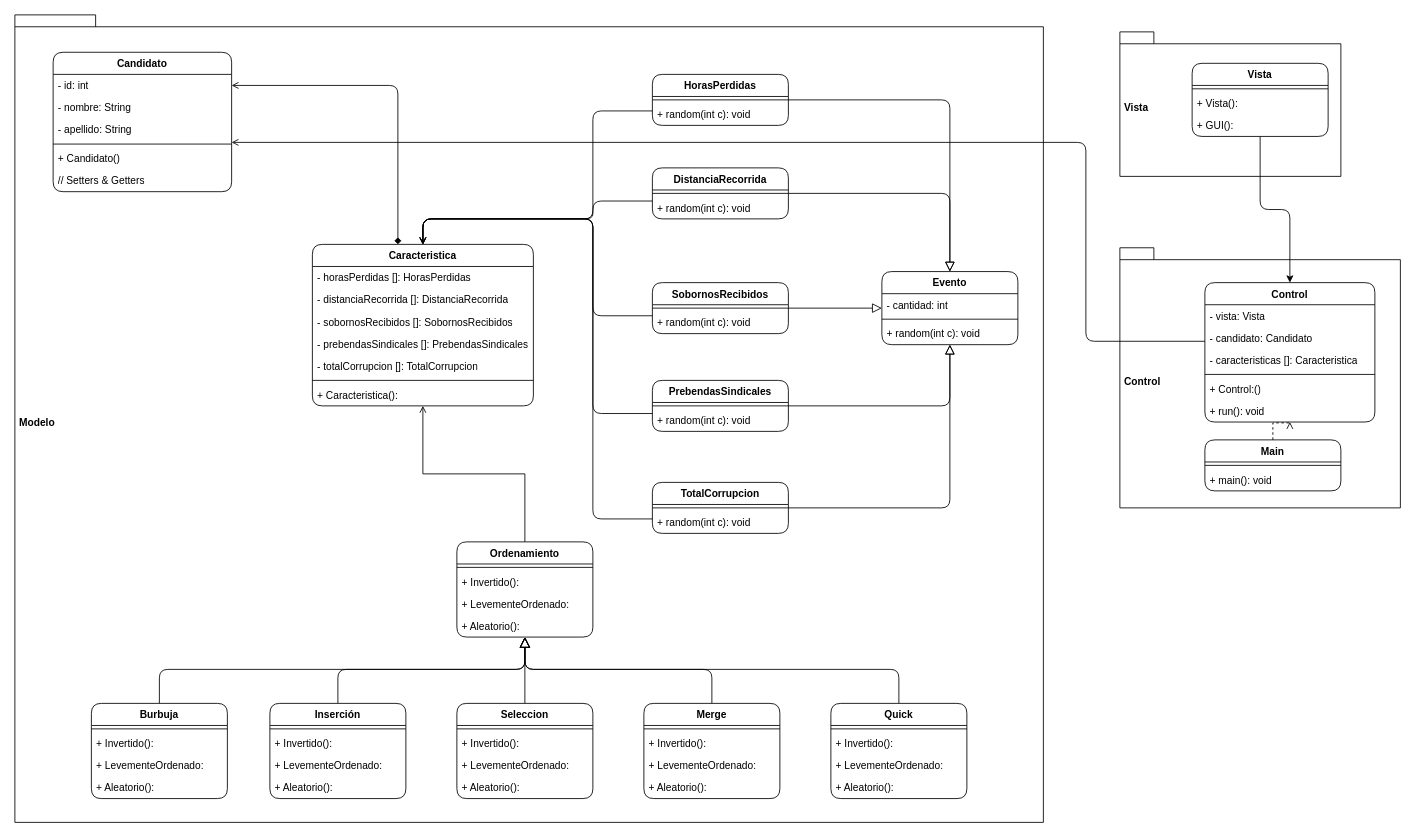
Above: Ciencias - GestionCandidatos.drawio in steven010705/GestionCandidatos (draw.io), before the change. Source tidied: cells renumbered, new cells numbered last; positions are measured from the earlier drawing's top-left corner, leaving out a move shared by most shapes. Both pictures are drawn from the tidied source at 85%, with x=0, y=0 at pixel (14, 14).
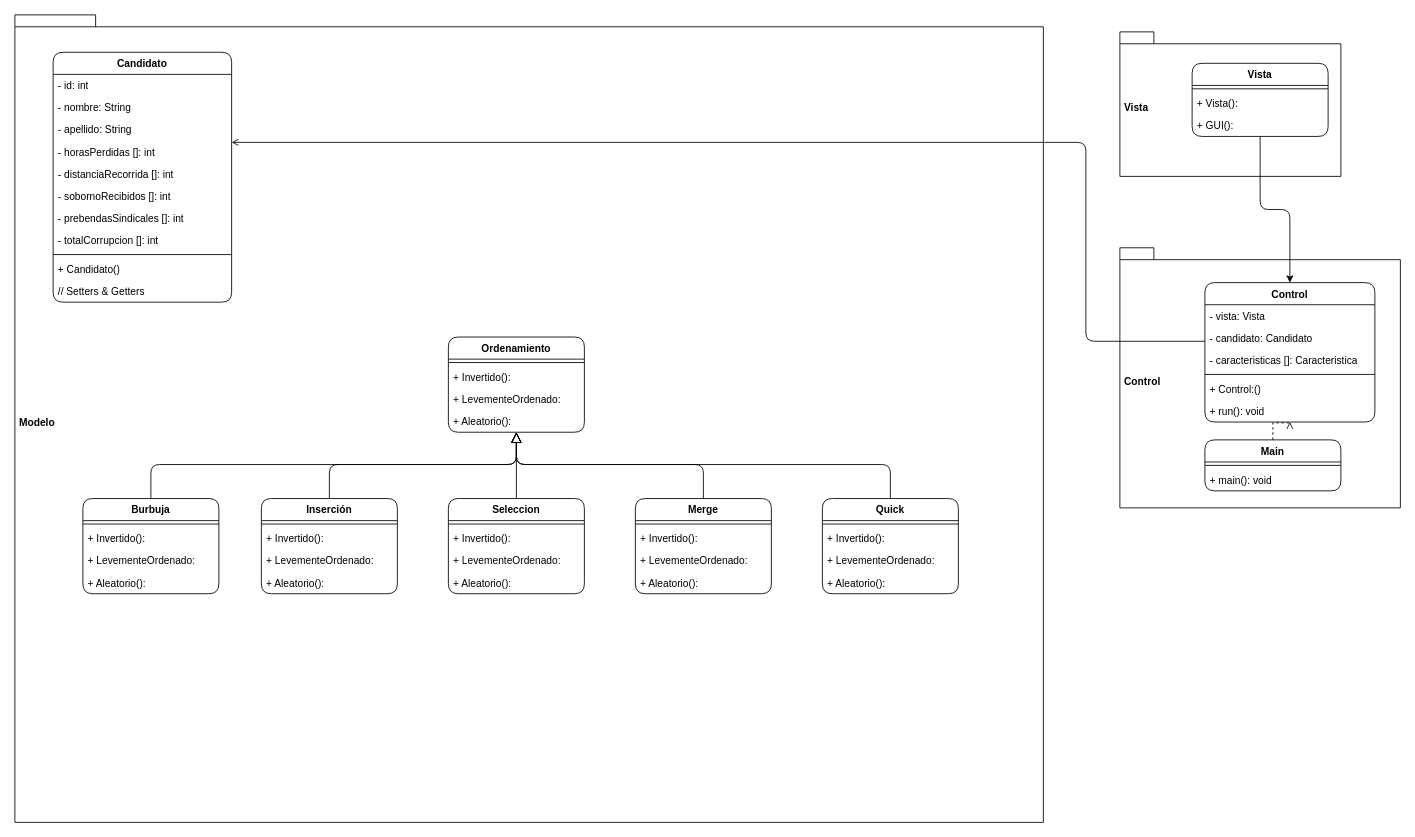
The same diagram, later.

Unchanged cells that the change refers to:
```xml
<mxCell id="6" value="- id: int" style="text;strokeColor=none;fillColor=none;align=left;verticalAlign=top;spacingLeft=4;spacingRight=4;overflow=hidden;points=[[0,0.5],[1,0.5]];portConstraint=eastwest;whiteSpace=wrap;html=1;" parent="5" vertex="1">
  <mxGeometry y="26" width="210" height="26" as="geometry" />
</mxCell>
```

The edit, as a diff of the source:
```diff
@@
     <mxCell id="5" value="Candidato" style="swimlane;fontStyle=1;align=center;verticalAlign=top;horizontal=1;startSize=26;whiteSpace=wrap;html=1;rounded=1;" parent="1" vertex="1">
-      <mxGeometry x="45" y="44" width="210" height="164" as="geometry" />
+      <mxGeometry x="45" y="44" width="210" height="294" as="geometry" />
     </mxCell>
@@
+    <mxCell id="103" value="- horasPerdidas []: int&amp;nbsp;" style="text;strokeColor=none;fillColor=none;align=left;verticalAlign=top;spacingLeft=4;spacingRight=4;overflow=hidden;whiteSpace=wrap;html=1;" parent="5" vertex="1">
+      <mxGeometry y="104" width="210" height="26" as="geometry" />
+    </mxCell>
+    <mxCell id="104" value="- distanciaRecorrida []: int" style="text;strokeColor=none;fillColor=none;align=left;verticalAlign=top;spacingLeft=4;spacingRight=4;overflow=hidden;whiteSpace=wrap;html=1;" parent="5" vertex="1">
+      <mxGeometry y="130" width="210" height="26" as="geometry" />
+    </mxCell>
+    <mxCell id="105" value="- sobornoRecibidos []: int" style="text;strokeColor=none;fillColor=none;align=left;verticalAlign=top;spacingLeft=4;spacingRight=4;overflow=hidden;whiteSpace=wrap;html=1;" parent="5" vertex="1">
+      <mxGeometry y="156" width="210" height="26" as="geometry" />
+    </mxCell>
+    <mxCell id="106" value="- prebendasSindicales []: int" style="text;strokeColor=none;fillColor=none;align=left;verticalAlign=top;spacingLeft=4;spacingRight=4;overflow=hidden;whiteSpace=wrap;html=1;" parent="5" vertex="1">
+      <mxGeometry y="182" width="210" height="26" as="geometry" />
+    </mxCell>
+    <mxCell id="107" value="- totalCorrupcion []: int" style="text;strokeColor=none;fillColor=none;align=left;verticalAlign=top;spacingLeft=4;spacingRight=4;overflow=hidden;whiteSpace=wrap;html=1;" parent="5" vertex="1">
+      <mxGeometry y="208" width="210" height="26" as="geometry" />
+    </mxCell>
     <mxCell id="9" style="line;strokeWidth=1;fillColor=none;align=left;verticalAlign=middle;spacingTop=-1;spacingLeft=3;spacingRight=3;labelPosition=right;strokeColor=inherit;" parent="5" vertex="1">
-      <mxGeometry y="104" width="210" height="8" as="geometry" />
+      <mxGeometry y="234" width="210" height="8" as="geometry" />
     </mxCell>
     <mxCell id="10" value="+ Candidato()" style="text;strokeColor=none;fillColor=none;align=left;verticalAlign=top;spacingLeft=4;spacingRight=4;overflow=hidden;whiteSpace=wrap;html=1;" parent="5" vertex="1">
-      <mxGeometry y="112" width="210" height="26" as="geometry" />
+      <mxGeometry y="242" width="210" height="26" as="geometry" />
     </mxCell>
     <mxCell id="11" value="// Setters &amp;amp; Getters" style="text;strokeColor=none;fillColor=none;align=left;verticalAlign=top;spacingLeft=4;spacingRight=4;overflow=hidden;whiteSpace=wrap;html=1;" parent="5" vertex="1">
-      <mxGeometry y="138" width="210" height="26" as="geometry" />
+      <mxGeometry y="268" width="210" height="26" as="geometry" />
     </mxCell>
-    <mxCell id="12" style="edgeStyle=orthogonalEdgeStyle;jettySize=auto;html=1;endArrow=open;endFill=0;endSize=6;" parent="1" edge="1" source="14" target="17">
-      <mxGeometry relative="1" as="geometry">
-        <Array as="points">
-          <mxPoint x="680" y="113" />
-          <mxPoint x="680" y="240" />
-          <mxPoint x="480" y="240" />
-        </Array>
-      </mxGeometry>
-    </mxCell>
-    <mxCell id="13" style="edgeStyle=orthogonalEdgeStyle;rounded=1;jettySize=auto;html=1;entryX=0.5;entryY=0;entryDx=0;entryDy=0;endArrow=block;endFill=0;endSize=9;curved=0;" parent="1" edge="1" source="14" target="62">
-      <mxGeometry relative="1" as="geometry" />
-    </mxCell>
-    <mxCell id="14" value="HorasPerdidas" style="swimlane;fontStyle=1;align=center;verticalAlign=top;horizontal=1;startSize=26;whiteSpace=wrap;html=1;rounded=1;" parent="1" vertex="1">
-      <mxGeometry x="750" y="70" width="160" height="60" as="geometry" />
-    </mxCell>
-    <mxCell id="15" style="line;strokeWidth=1;fillColor=none;align=left;verticalAlign=middle;spacingTop=-1;spacingLeft=3;spacingRight=3;labelPosition=right;strokeColor=inherit;" parent="14" vertex="1">
-      <mxGeometry y="26" width="160" height="8" as="geometry" />
-    </mxCell>
-    <mxCell id="16" value="+ random(int c): void" style="text;strokeColor=none;fillColor=none;align=left;verticalAlign=top;spacingLeft=4;spacingRight=4;overflow=hidden;whiteSpace=wrap;html=1;" parent="14" vertex="1">
-      <mxGeometry y="34" width="160" height="26" as="geometry" />
-    </mxCell>
-    <mxCell id="17" value="Caracteristica" style="swimlane;fontStyle=1;align=center;verticalAlign=top;horizontal=1;startSize=26;whiteSpace=wrap;html=1;rounded=1;" parent="1" vertex="1">
-      <mxGeometry x="350" y="270" width="260" height="190" as="geometry" />
-    </mxCell>
-    <mxCell id="18" value="- horasPerdidas []: HorasPerdidas" style="text;strokeColor=none;fillColor=none;align=left;verticalAlign=top;spacingLeft=4;spacingRight=4;overflow=hidden;whiteSpace=wrap;html=1;" parent="17" vertex="1">
-      <mxGeometry y="26" width="260" height="26" as="geometry" />
-    </mxCell>
-    <mxCell id="19" value="- distanciaRecorrida []: DistanciaRecorrida" style="text;strokeColor=none;fillColor=none;align=left;verticalAlign=top;spacingLeft=4;spacingRight=4;overflow=hidden;whiteSpace=wrap;html=1;" parent="17" vertex="1">
-      <mxGeometry y="52" width="260" height="26" as="geometry" />
-    </mxCell>
-    <mxCell id="20" value="- sobornosRecibidos []: SobornosRecibidos" style="text;strokeColor=none;fillColor=none;align=left;verticalAlign=top;spacingLeft=4;spacingRight=4;overflow=hidden;whiteSpace=wrap;html=1;" parent="17" vertex="1">
-      <mxGeometry y="78" width="260" height="26" as="geometry" />
-    </mxCell>
-    <mxCell id="21" value="- prebendasSindicales []: PrebendasSindicales" style="text;strokeColor=none;fillColor=none;align=left;verticalAlign=top;spacingLeft=4;spacingRight=4;overflow=hidden;whiteSpace=wrap;html=1;" parent="17" vertex="1">
-      <mxGeometry y="104" width="260" height="26" as="geometry" />
-    </mxCell>
-    <mxCell id="22" value="- totalCorrupcion []: TotalCorrupcion" style="text;strokeColor=none;fillColor=none;align=left;verticalAlign=top;spacingLeft=4;spacingRight=4;overflow=hidden;whiteSpace=wrap;html=1;" parent="17" vertex="1">
-      <mxGeometry y="130" width="260" height="26" as="geometry" />
-    </mxCell>
-    <mxCell id="23" style="line;strokeWidth=1;fillColor=none;align=left;verticalAlign=middle;spacingTop=-1;spacingLeft=3;spacingRight=3;labelPosition=right;strokeColor=inherit;" parent="17" vertex="1">
-      <mxGeometry y="156" width="260" height="8" as="geometry" />
-    </mxCell>
-    <mxCell id="24" value="+ Caracteristica():" style="text;strokeColor=none;fillColor=none;align=left;verticalAlign=top;spacingLeft=4;spacingRight=4;overflow=hidden;whiteSpace=wrap;html=1;" parent="17" vertex="1">
-      <mxGeometry y="164" width="260" height="26" as="geometry" />
-    </mxCell>
-    <mxCell id="25" style="edgeStyle=orthogonalEdgeStyle;rounded=1;jettySize=auto;html=1;endArrow=block;endFill=0;endSize=9;curved=0;entryX=0.5;entryY=0;entryDx=0;entryDy=0;" parent="1" edge="1" source="26" target="62">
-      <mxGeometry relative="1" as="geometry" />
-    </mxCell>
-    <mxCell id="26" value="DistanciaRecorrida" style="swimlane;fontStyle=1;align=center;verticalAlign=top;horizontal=1;startSize=26;whiteSpace=wrap;html=1;rounded=1;" parent="1" vertex="1">
-      <mxGeometry x="750" y="180" width="160" height="60" as="geometry" />
-    </mxCell>
-    <mxCell id="27" style="line;strokeWidth=1;fillColor=none;align=left;verticalAlign=middle;spacingTop=-1;spacingLeft=3;spacingRight=3;labelPosition=right;strokeColor=inherit;" parent="26" vertex="1">
-      <mxGeometry y="26" width="160" height="8" as="geometry" />
-    </mxCell>
-    <mxCell id="28" value="+ random(int c): void" style="text;strokeColor=none;fillColor=none;align=left;verticalAlign=top;spacingLeft=4;spacingRight=4;overflow=hidden;whiteSpace=wrap;html=1;" parent="26" vertex="1">
-      <mxGeometry y="34" width="160" height="26" as="geometry" />
-    </mxCell>
-    <mxCell id="29" style="edgeStyle=orthogonalEdgeStyle;rounded=1;jettySize=auto;html=1;endArrow=block;endFill=0;endSize=9;curved=0;" parent="1" edge="1" source="30" target="62">
-      <mxGeometry relative="1" as="geometry" />
-    </mxCell>
-    <mxCell id="30" value="SobornosRecibidos" style="swimlane;fontStyle=1;align=center;verticalAlign=top;horizontal=1;startSize=26;whiteSpace=wrap;html=1;rounded=1;" parent="1" vertex="1">
-      <mxGeometry x="750" y="315" width="160" height="60" as="geometry" />
-    </mxCell>
-    <mxCell id="31" style="line;strokeWidth=1;fillColor=none;align=left;verticalAlign=middle;spacingTop=-1;spacingLeft=3;spacingRight=3;labelPosition=right;strokeColor=inherit;" parent="30" vertex="1">
-      <mxGeometry y="26" width="160" height="8" as="geometry" />
-    </mxCell>
-    <mxCell id="32" value="+ random(int c): void" style="text;strokeColor=none;fillColor=none;align=left;verticalAlign=top;spacingLeft=4;spacingRight=4;overflow=hidden;whiteSpace=wrap;html=1;" parent="30" vertex="1">
-      <mxGeometry y="34" width="160" height="26" as="geometry" />
-    </mxCell>
-    <mxCell id="33" style="edgeStyle=orthogonalEdgeStyle;rounded=1;jettySize=auto;html=1;endArrow=block;endFill=0;endSize=9;curved=0;" parent="1" edge="1" source="34" target="62">
-      <mxGeometry relative="1" as="geometry" />
-    </mxCell>
-    <mxCell id="34" value="PrebendasSindicales" style="swimlane;fontStyle=1;align=center;verticalAlign=top;horizontal=1;startSize=26;whiteSpace=wrap;html=1;rounded=1;" parent="1" vertex="1">
-      <mxGeometry x="750" y="430" width="160" height="60" as="geometry" />
-    </mxCell>
-    <mxCell id="35" style="line;strokeWidth=1;fillColor=none;align=left;verticalAlign=middle;spacingTop=-1;spacingLeft=3;spacingRight=3;labelPosition=right;strokeColor=inherit;" parent="34" vertex="1">
-      <mxGeometry y="26" width="160" height="8" as="geometry" />
-    </mxCell>
-    <mxCell id="36" value="+ random(int c): void" style="text;strokeColor=none;fillColor=none;align=left;verticalAlign=top;spacingLeft=4;spacingRight=4;overflow=hidden;whiteSpace=wrap;html=1;" parent="34" vertex="1">
-      <mxGeometry y="34" width="160" height="26" as="geometry" />
-    </mxCell>
-    <mxCell id="37" style="edgeStyle=orthogonalEdgeStyle;jettySize=auto;html=1;endArrow=open;endFill=0;endSize=6;" parent="1" edge="1" source="39" target="17">
-      <mxGeometry relative="1" as="geometry">
-        <Array as="points">
-          <mxPoint x="680" y="593" />
-          <mxPoint x="680" y="240" />
-          <mxPoint x="480" y="240" />
-        </Array>
-      </mxGeometry>
-    </mxCell>
-    <mxCell id="38" style="edgeStyle=orthogonalEdgeStyle;rounded=1;jettySize=auto;html=1;endArrow=block;endFill=0;endSize=9;curved=0;" parent="1" edge="1" source="39" target="62">
-      <mxGeometry relative="1" as="geometry" />
-    </mxCell>
-    <mxCell id="39" value="TotalCorrupcion" style="swimlane;fontStyle=1;align=center;verticalAlign=top;horizontal=1;startSize=26;whiteSpace=wrap;html=1;rounded=1;" parent="1" vertex="1">
-      <mxGeometry x="750" y="550" width="160" height="60" as="geometry" />
-    </mxCell>
-    <mxCell id="40" style="line;strokeWidth=1;fillColor=none;align=left;verticalAlign=middle;spacingTop=-1;spacingLeft=3;spacingRight=3;labelPosition=right;strokeColor=inherit;" parent="39" vertex="1">
-      <mxGeometry y="26" width="160" height="8" as="geometry" />
-    </mxCell>
-    <mxCell id="41" value="+ random(int c): void" style="text;strokeColor=none;fillColor=none;align=left;verticalAlign=top;spacingLeft=4;spacingRight=4;overflow=hidden;whiteSpace=wrap;html=1;" parent="39" vertex="1">
-      <mxGeometry y="34" width="160" height="26" as="geometry" />
-    </mxCell>
-    <mxCell id="42" style="edgeStyle=orthogonalEdgeStyle;jettySize=auto;html=1;endArrow=open;endFill=0;endSize=6;" parent="1" edge="1" target="17">
-      <mxGeometry relative="1" as="geometry">
-        <mxPoint x="750" y="219" as="sourcePoint" />
-        <Array as="points">
-          <mxPoint x="680" y="219" />
-          <mxPoint x="680" y="240" />
-          <mxPoint x="480" y="240" />
-        </Array>
-      </mxGeometry>
-    </mxCell>
-    <mxCell id="43" style="edgeStyle=orthogonalEdgeStyle;jettySize=auto;html=1;endArrow=open;endFill=0;endSize=6;" parent="1" edge="1" target="17">
-      <mxGeometry relative="1" as="geometry">
-        <mxPoint x="750" y="354" as="sourcePoint" />
-        <Array as="points">
-          <mxPoint x="680" y="354" />
-          <mxPoint x="680" y="240" />
-          <mxPoint x="480" y="240" />
-        </Array>
-      </mxGeometry>
-    </mxCell>
-    <mxCell id="44" style="edgeStyle=orthogonalEdgeStyle;jettySize=auto;html=1;endArrow=open;endFill=0;endSize=6;" parent="1" edge="1" target="17">
-      <mxGeometry relative="1" as="geometry">
-        <mxPoint x="750" y="469" as="sourcePoint" />
-        <Array as="points">
-          <mxPoint x="680" y="469" />
-          <mxPoint x="680" y="240" />
-          <mxPoint x="480" y="240" />
-        </Array>
-      </mxGeometry>
-    </mxCell>
-    <mxCell id="45" style="edgeStyle=orthogonalEdgeStyle;jettySize=auto;html=1;entryX=0.387;entryY=0;entryDx=0;entryDy=0;endArrow=diamond;endFill=1;startArrow=open;startFill=0;entryPerimeter=0;" parent="1" edge="1" source="6" target="17">
-      <mxGeometry relative="1" as="geometry" />
-    </mxCell>
@@
-    <mxCell id="62" value="Evento" style="swimlane;fontStyle=1;align=center;verticalAlign=top;horizontal=1;startSize=26;whiteSpace=wrap;html=1;rounded=1;" parent="1" vertex="1">
-      <mxGeometry x="1020" y="302" width="160" height="86" as="geometry" />
-    </mxCell>
-    <mxCell id="63" value="- cantidad: int" style="text;strokeColor=none;fillColor=none;align=left;verticalAlign=top;spacingLeft=4;spacingRight=4;overflow=hidden;whiteSpace=wrap;html=1;" parent="62" vertex="1">
-      <mxGeometry y="26" width="160" height="26" as="geometry" />
-    </mxCell>
-    <mxCell id="64" style="line;strokeWidth=1;fillColor=none;align=left;verticalAlign=middle;spacingTop=-1;spacingLeft=3;spacingRight=3;labelPosition=right;strokeColor=inherit;" parent="62" vertex="1">
-      <mxGeometry y="52" width="160" height="8" as="geometry" />
-    </mxCell>
-    <mxCell id="65" value="+ random(int c): void" style="text;strokeColor=none;fillColor=none;align=left;verticalAlign=top;spacingLeft=4;spacingRight=4;overflow=hidden;whiteSpace=wrap;html=1;" parent="62" vertex="1">
-      <mxGeometry y="60" width="160" height="26" as="geometry" />
-    </mxCell>
-    <mxCell id="66" style="edgeStyle=orthogonalEdgeStyle;rounded=0;jettySize=auto;html=1;endArrow=open;endFill=0;" parent="1" edge="1" source="67" target="17">
-      <mxGeometry relative="1" as="geometry" />
-    </mxCell>
     <mxCell id="67" value="Ordenamiento" style="swimlane;fontStyle=1;align=center;verticalAlign=top;horizontal=1;startSize=26;whiteSpace=wrap;html=1;rounded=1;" parent="1" vertex="1">
-      <mxGeometry x="520" y="620" width="160" height="112" as="geometry" />
+      <mxGeometry x="510" y="379" width="160" height="112" as="geometry" />
     </mxCell>
@@
     <mxCell id="72" style="edgeStyle=orthogonalEdgeStyle;rounded=1;jettySize=auto;html=1;curved=0;endArrow=block;endFill=0;endSize=10;" parent="1" edge="1" source="73" target="67">
       <mxGeometry relative="1" as="geometry">
         <Array as="points">
-          <mxPoint x="170" y="770" />
-          <mxPoint x="600" y="770" />
+          <mxPoint x="160" y="529" />
+          <mxPoint x="590" y="529" />
         </Array>
       </mxGeometry>
     </mxCell>
     <mxCell id="73" value="Burbuja" style="swimlane;fontStyle=1;align=center;verticalAlign=top;horizontal=1;startSize=26;whiteSpace=wrap;html=1;rounded=1;" parent="1" vertex="1">
-      <mxGeometry x="90" y="810" width="160" height="112" as="geometry" />
+      <mxGeometry x="80" y="569" width="160" height="112" as="geometry" />
     </mxCell>
@@
     <mxCell id="78" style="edgeStyle=orthogonalEdgeStyle;rounded=1;jettySize=auto;html=1;curved=0;endArrow=block;endFill=0;endSize=10;" parent="1" edge="1" source="79" target="67">
       <mxGeometry relative="1" as="geometry">
         <Array as="points">
-          <mxPoint x="380" y="770" />
-          <mxPoint x="600" y="770" />
+          <mxPoint x="370" y="529" />
+          <mxPoint x="590" y="529" />
         </Array>
       </mxGeometry>
     </mxCell>
     <mxCell id="79" value="Inserción" style="swimlane;fontStyle=1;align=center;verticalAlign=top;horizontal=1;startSize=26;whiteSpace=wrap;html=1;rounded=1;" parent="1" vertex="1">
-      <mxGeometry x="300" y="810" width="160" height="112" as="geometry" />
+      <mxGeometry x="290" y="569" width="160" height="112" as="geometry" />
     </mxCell>
@@
     <mxCell id="84" style="edgeStyle=orthogonalEdgeStyle;rounded=1;jettySize=auto;html=1;curved=0;endArrow=block;endFill=0;endSize=10;" parent="1" edge="1" source="85" target="67">
       <mxGeometry relative="1" as="geometry">
         <Array as="points">
-          <mxPoint x="820" y="770" />
-          <mxPoint x="600" y="770" />
+          <mxPoint x="810" y="529" />
+          <mxPoint x="590" y="529" />
         </Array>
       </mxGeometry>
     </mxCell>
     <mxCell id="85" value="Merge" style="swimlane;fontStyle=1;align=center;verticalAlign=top;horizontal=1;startSize=26;whiteSpace=wrap;html=1;rounded=1;" parent="1" vertex="1">
-      <mxGeometry x="740" y="810" width="160" height="112" as="geometry" />
+      <mxGeometry x="730" y="569" width="160" height="112" as="geometry" />
     </mxCell>
@@
     <mxCell id="91" value="Seleccion" style="swimlane;fontStyle=1;align=center;verticalAlign=top;horizontal=1;startSize=26;whiteSpace=wrap;html=1;rounded=1;" parent="1" vertex="1">
-      <mxGeometry x="520" y="810" width="160" height="112" as="geometry" />
+      <mxGeometry x="510" y="569" width="160" height="112" as="geometry" />
     </mxCell>
@@
     <mxCell id="96" style="edgeStyle=orthogonalEdgeStyle;rounded=1;jettySize=auto;html=1;curved=0;endArrow=block;endFill=0;endSize=10;" parent="1" edge="1" source="97" target="67">
       <mxGeometry relative="1" as="geometry">
         <Array as="points">
-          <mxPoint x="1040" y="770" />
-          <mxPoint x="600" y="770" />
+          <mxPoint x="1030" y="529" />
+          <mxPoint x="590" y="529" />
         </Array>
       </mxGeometry>
     </mxCell>
     <mxCell id="97" value="Quick" style="swimlane;fontStyle=1;align=center;verticalAlign=top;horizontal=1;startSize=26;whiteSpace=wrap;html=1;rounded=1;" parent="1" vertex="1">
-      <mxGeometry x="960" y="810" width="160" height="112" as="geometry" />
+      <mxGeometry x="950" y="569" width="160" height="112" as="geometry" />
     </mxCell>
```
